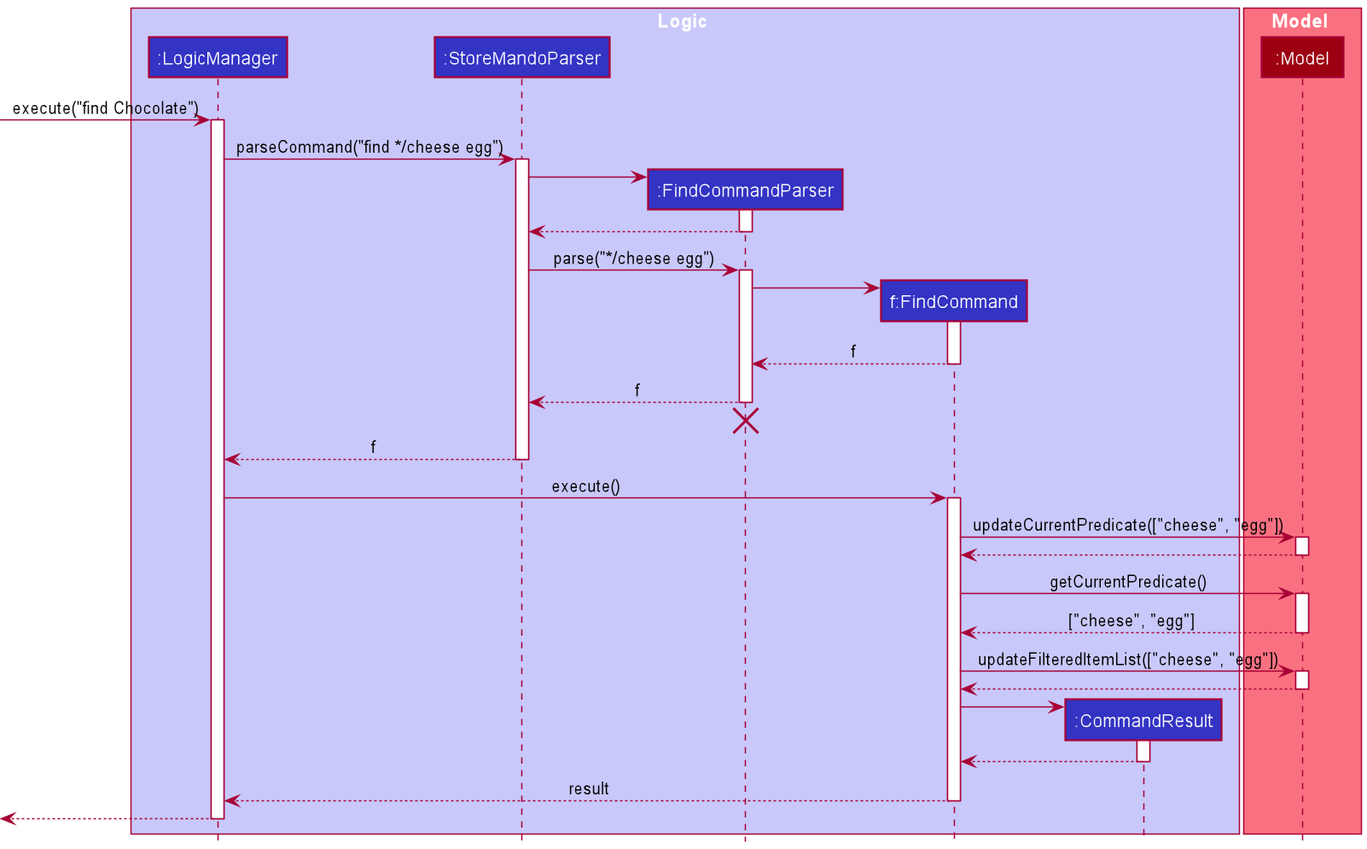
nus-cs2103-AY2021S2/tp keeps this PlantUML diagram as docs/images/FindPartialSequenceDiagram.png. Above is the earlier version.
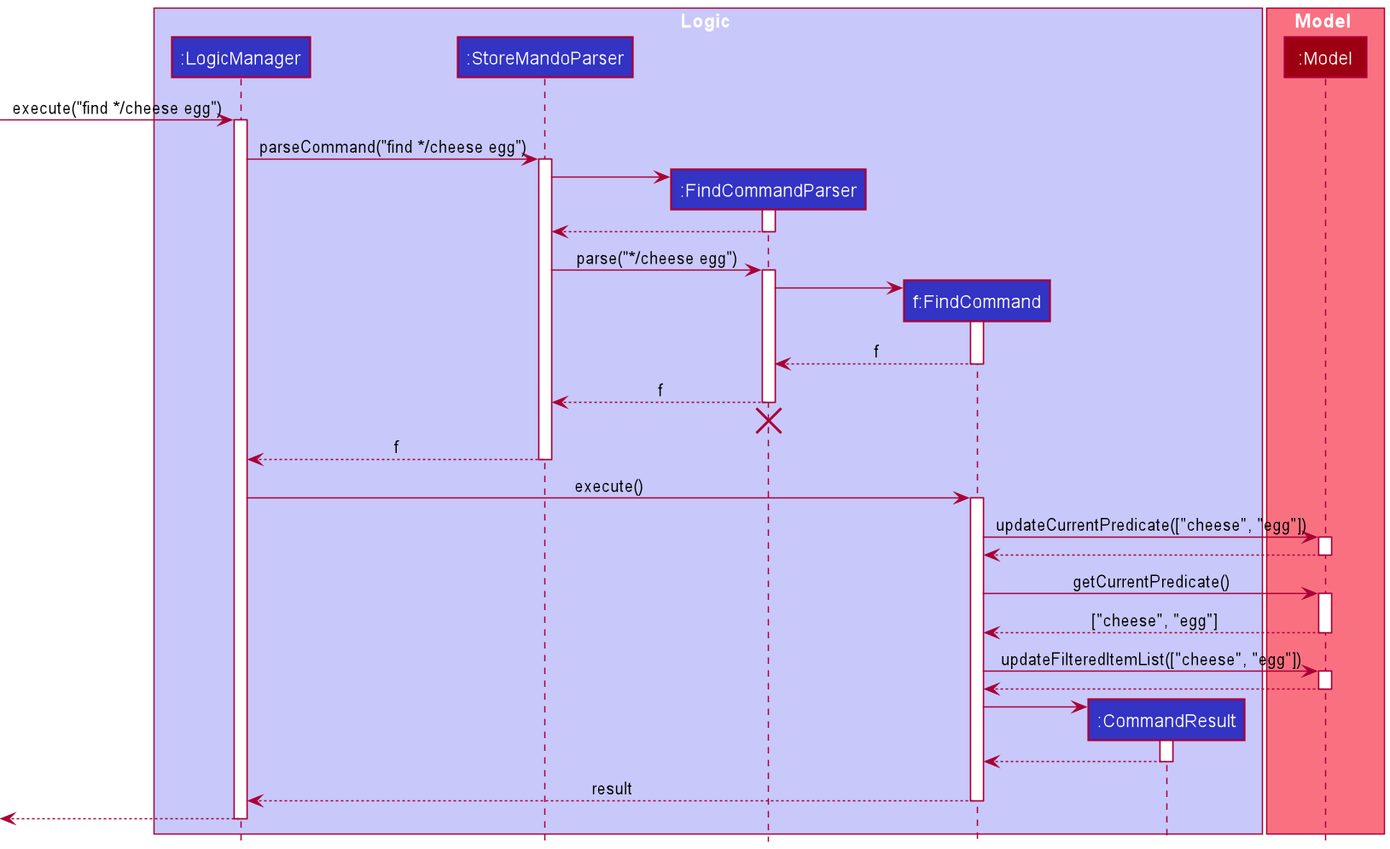
Later version of the same file.

Commit message:
Minor change to FindPartial sequence diagram

What changed in the source:
```diff
@@ -13,7 +13,7 @@
 participant ":Model" as Model MODEL_COLOR
 end box
 
-[-> LogicManager : execute("find Chocolate")
+[-> LogicManager : execute("find */cheese egg")
 activate LogicManager
 
 LogicManager -> StoreMandoParser : parseCommand("find */cheese egg")
```
